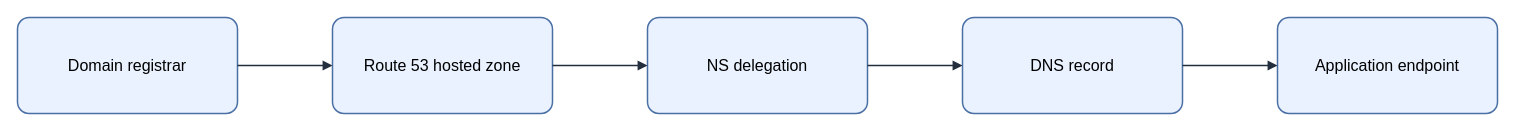
Earlier version of the draw.io diagram assets/img/aws/route53-dns-record-resolution.drawio (KKamJi98/kkamji98.github.io). Source tidied: cells renumbered, new cells numbered last; positions are measured from the earlier drawing's top-left corner, leaving out a move shared by most shapes. Both pictures are drawn from the tidied source at 100%, with x=0, y=0 at pixel (17, 17).
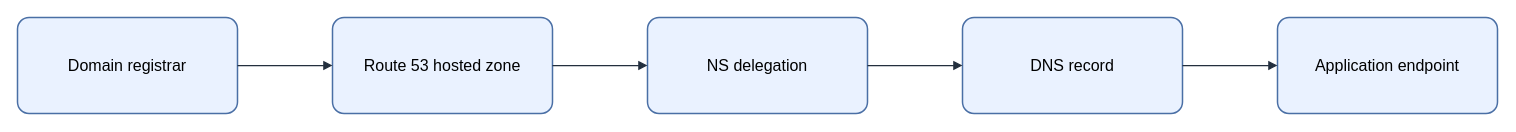
The same diagram, later.

Diff of the diagram source:
```diff
@@
 <mxGraphModel background="#FFFFFF">
   <root>
     <mxCell id="0" />
     <mxCell id="1" parent="0" />
-    <mxCell id="2" value="&lt;font style=&quot;color: rgb(0, 0, 0);&quot;&gt;Domain registrar&lt;/font&gt;" style="rounded=1;arcSize=12;whiteSpace=wrap;html=1;fillColor=#EAF2FF;strokeColor=#4A6FA5;strokeWidth=1.5;fontColor=#000000;fontSize=16;align=center;verticalAlign=middle;spacing=8;shadow=0;" parent="1" vertex="1">
+    <mxCell id="2" value="Domain registrar" style="rounded=1;arcSize=12;whiteSpace=wrap;html=0;fillColor=#EAF2FF;strokeColor=#4A6FA5;strokeWidth=1.5;fontColor=#000000;fontSize=16;align=center;verticalAlign=middle;spacing=8;shadow=0;" parent="1" vertex="1">
       <mxGeometry width="220" height="96" as="geometry" />
     </mxCell>
-    <mxCell id="3" value="&lt;font style=&quot;color: rgb(0, 0, 0);&quot;&gt;Route 53 hosted zone&lt;/font&gt;" style="rounded=1;arcSize=12;whiteSpace=wrap;html=1;fillColor=#EAF2FF;strokeColor=#4A6FA5;strokeWidth=1.5;fontColor=#000000;fontSize=16;align=center;verticalAlign=middle;spacing=8;shadow=0;" parent="1" vertex="1">
+    <mxCell id="3" value="Route 53 hosted zone" style="rounded=1;arcSize=12;whiteSpace=wrap;html=0;fillColor=#EAF2FF;strokeColor=#4A6FA5;strokeWidth=1.5;fontColor=#000000;fontSize=16;align=center;verticalAlign=middle;spacing=8;shadow=0;" parent="1" vertex="1">
       <mxGeometry x="315" width="220" height="96" as="geometry" />
     </mxCell>
-    <mxCell id="4" value="&lt;font style=&quot;color: rgb(0, 0, 0);&quot;&gt;NS delegation&lt;/font&gt;" style="rounded=1;arcSize=12;whiteSpace=wrap;html=1;fillColor=#EAF2FF;strokeColor=#4A6FA5;strokeWidth=1.5;fontColor=#000000;fontSize=16;align=center;verticalAlign=middle;spacing=8;shadow=0;" parent="1" vertex="1">
+    <mxCell id="4" value="NS delegation" style="rounded=1;arcSize=12;whiteSpace=wrap;html=0;fillColor=#EAF2FF;strokeColor=#4A6FA5;strokeWidth=1.5;fontColor=#000000;fontSize=16;align=center;verticalAlign=middle;spacing=8;shadow=0;" parent="1" vertex="1">
       <mxGeometry x="630" width="220" height="96" as="geometry" />
     </mxCell>
-    <mxCell id="5" value="&lt;font style=&quot;color: rgb(0, 0, 0);&quot;&gt;DNS record&lt;/font&gt;" style="rounded=1;arcSize=12;whiteSpace=wrap;html=1;fillColor=#EAF2FF;strokeColor=#4A6FA5;strokeWidth=1.5;fontColor=#000000;fontSize=16;align=center;verticalAlign=middle;spacing=8;shadow=0;" parent="1" vertex="1">
+    <mxCell id="5" value="DNS record" style="rounded=1;arcSize=12;whiteSpace=wrap;html=0;fillColor=#EAF2FF;strokeColor=#4A6FA5;strokeWidth=1.5;fontColor=#000000;fontSize=16;align=center;verticalAlign=middle;spacing=8;shadow=0;" parent="1" vertex="1">
       <mxGeometry x="945" width="220" height="96" as="geometry" />
     </mxCell>
-    <mxCell id="6" value="&lt;font style=&quot;color: rgb(0, 0, 0);&quot;&gt;Application endpoint&lt;/font&gt;" style="rounded=1;arcSize=12;whiteSpace=wrap;html=1;fillColor=#EAF2FF;strokeColor=#4A6FA5;strokeWidth=1.5;fontColor=#000000;fontSize=16;align=center;verticalAlign=middle;spacing=8;shadow=0;" parent="1" vertex="1">
+    <mxCell id="6" value="Application endpoint" style="rounded=1;arcSize=12;whiteSpace=wrap;html=0;fillColor=#EAF2FF;strokeColor=#4A6FA5;strokeWidth=1.5;fontColor=#000000;fontSize=16;align=center;verticalAlign=middle;spacing=8;shadow=0;" parent="1" vertex="1">
       <mxGeometry x="1260" width="220" height="96" as="geometry" />
     </mxCell>
-    <mxCell id="7" style="edgeStyle=orthogonalEdgeStyle;rounded=0;jettySize=auto;html=1;endArrow=block;endFill=1;strokeColor=#232F3E;strokeWidth=1.5;fontColor=#000000;labelBackgroundColor=none;exitX=1;exitY=0.5;exitDx=0;exitDy=0;entryX=0;entryY=0.5;entryDx=0;entryDy=0;" parent="1" edge="1" source="2" target="3">
+    <mxCell id="7" style="edgeStyle=orthogonalEdgeStyle;rounded=0;jettySize=auto;html=0;endArrow=block;endFill=1;strokeColor=#232F3E;strokeWidth=1.25;fontColor=#000000;labelBackgroundColor=none;exitX=1;exitY=0.5;exitDx=0;exitDy=0;entryX=0;entryY=0.5;entryDx=0;entryDy=0;" parent="1" edge="1" source="2" target="3">
       <mxGeometry relative="1" as="geometry" />
     </mxCell>
-    <mxCell id="8" style="edgeStyle=orthogonalEdgeStyle;rounded=0;jettySize=auto;html=1;endArrow=block;endFill=1;strokeColor=#232F3E;strokeWidth=1.5;fontColor=#000000;labelBackgroundColor=none;exitX=1;exitY=0.5;exitDx=0;exitDy=0;entryX=0;entryY=0.5;entryDx=0;entryDy=0;" parent="1" edge="1" source="3" target="4">
+    <mxCell id="8" style="edgeStyle=orthogonalEdgeStyle;rounded=0;jettySize=auto;html=0;endArrow=block;endFill=1;strokeColor=#232F3E;strokeWidth=1.25;fontColor=#000000;labelBackgroundColor=none;exitX=1;exitY=0.5;exitDx=0;exitDy=0;entryX=0;entryY=0.5;entryDx=0;entryDy=0;" parent="1" edge="1" source="3" target="4">
       <mxGeometry relative="1" as="geometry" />
     </mxCell>
-    <mxCell id="9" style="edgeStyle=orthogonalEdgeStyle;rounded=0;jettySize=auto;html=1;endArrow=block;endFill=1;strokeColor=#232F3E;strokeWidth=1.5;fontColor=#000000;labelBackgroundColor=none;exitX=1;exitY=0.5;exitDx=0;exitDy=0;entryX=0;entryY=0.5;entryDx=0;entryDy=0;" parent="1" edge="1" source="4" target="5">
+    <mxCell id="9" style="edgeStyle=orthogonalEdgeStyle;rounded=0;jettySize=auto;html=0;endArrow=block;endFill=1;strokeColor=#232F3E;strokeWidth=1.25;fontColor=#000000;labelBackgroundColor=none;exitX=1;exitY=0.5;exitDx=0;exitDy=0;entryX=0;entryY=0.5;entryDx=0;entryDy=0;" parent="1" edge="1" source="4" target="5">
       <mxGeometry relative="1" as="geometry" />
     </mxCell>
-    <mxCell id="10" style="edgeStyle=orthogonalEdgeStyle;rounded=0;jettySize=auto;html=1;endArrow=block;endFill=1;strokeColor=#232F3E;strokeWidth=1.5;fontColor=#000000;labelBackgroundColor=none;exitX=1;exitY=0.5;exitDx=0;exitDy=0;entryX=0;entryY=0.5;entryDx=0;entryDy=0;" parent="1" edge="1" source="5" target="6">
+    <mxCell id="10" style="edgeStyle=orthogonalEdgeStyle;rounded=0;jettySize=auto;html=0;endArrow=block;endFill=1;strokeColor=#232F3E;strokeWidth=1.25;fontColor=#000000;labelBackgroundColor=none;exitX=1;exitY=0.5;exitDx=0;exitDy=0;entryX=0;entryY=0.5;entryDx=0;entryDy=0;" parent="1" edge="1" source="5" target="6">
       <mxGeometry relative="1" as="geometry" />
     </mxCell>
   </root>
 </mxGraphModel>
```
